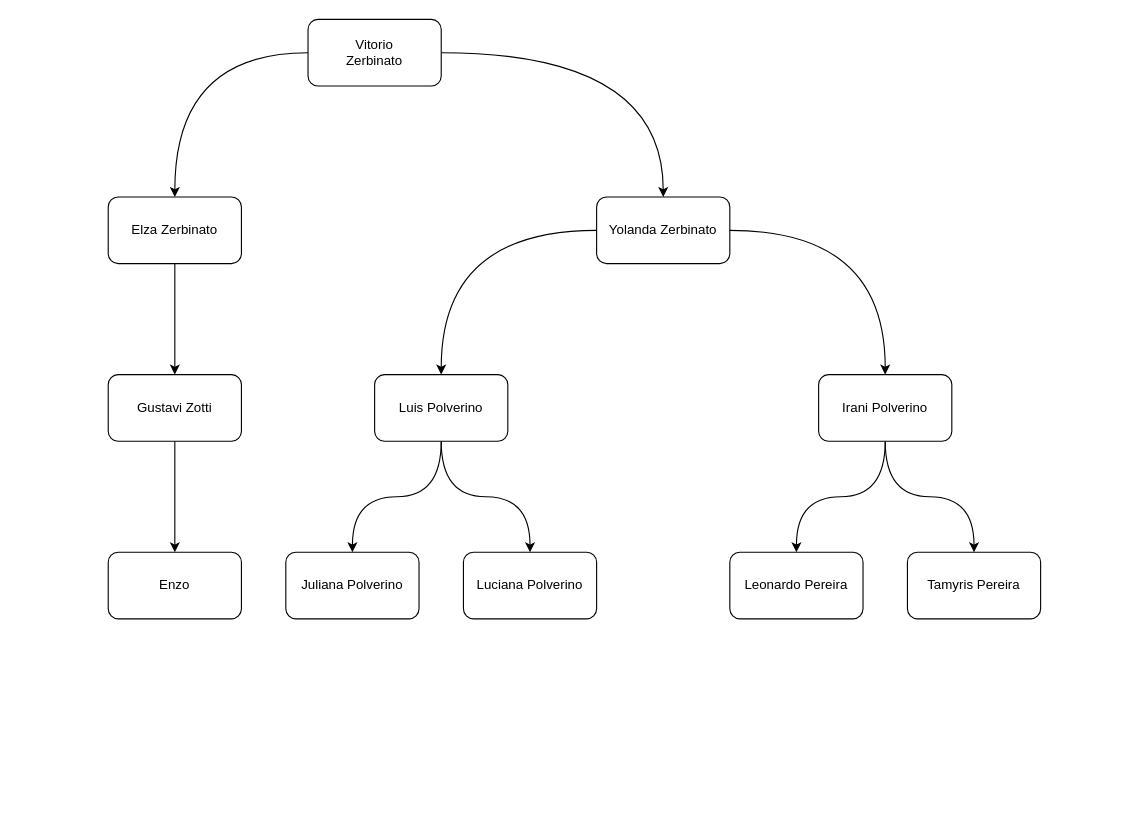
This is familia.drawio from leo-odilon/draw.io, a draw.io file, before an edit. Source tidied: cells renumbered, new cells numbered last; positions are measured from the earlier drawing's top-left corner, leaving out a move shared by most shapes. Both pictures are drawn from the tidied source at 111%, with x=0, y=0 at pixel (108, 19).
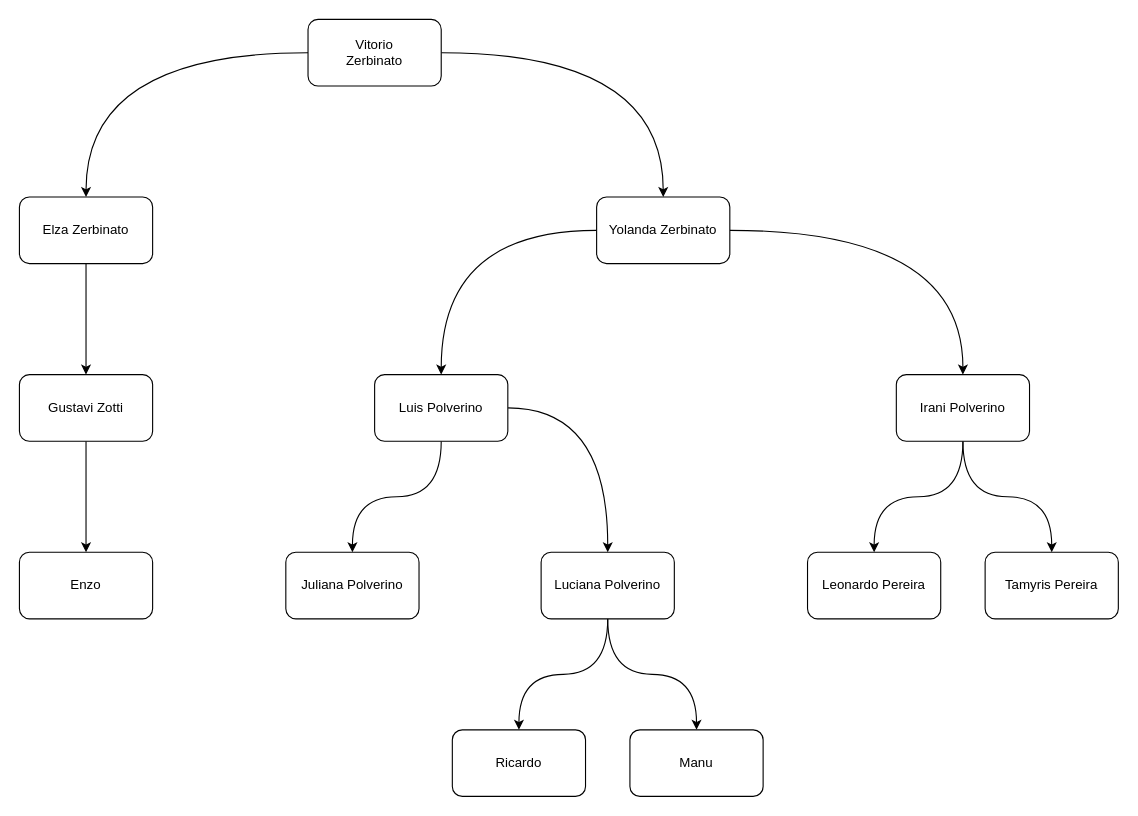
After the change.

What changed in the source:
```diff
@@
     <mxCell id="9" value="Elza Zerbinato" style="whiteSpace=wrap;html=1;rounded=1;" parent="1" vertex="1">
-      <mxGeometry y="160" width="120" height="60" as="geometry" />
+      <mxGeometry x="-80" y="160" width="120" height="60" as="geometry" />
     </mxCell>
@@
     <mxCell id="12" value="Irani Polverino" style="whiteSpace=wrap;html=1;rounded=1;strokeColor=default;align=center;verticalAlign=middle;fontFamily=Helvetica;fontSize=12;fontColor=default;fillColor=default;" parent="1" vertex="1">
-      <mxGeometry x="640" y="320" width="120" height="60" as="geometry" />
+      <mxGeometry x="710" y="320" width="120" height="60" as="geometry" />
     </mxCell>
@@
     <mxCell id="17" value="Gustavi Zotti" style="whiteSpace=wrap;html=1;rounded=1;" parent="1" vertex="1">
-      <mxGeometry y="320" width="120" height="60" as="geometry" />
+      <mxGeometry x="-80" y="320" width="120" height="60" as="geometry" />
     </mxCell>
     <mxCell id="18" value="Tamyris Pereira" style="whiteSpace=wrap;html=1;rounded=1;strokeColor=default;align=center;verticalAlign=middle;fontFamily=Helvetica;fontSize=12;fontColor=default;fillColor=default;" parent="1" vertex="1">
-      <mxGeometry x="720" y="480" width="120" height="60" as="geometry" />
+      <mxGeometry x="790" y="480" width="120" height="60" as="geometry" />
     </mxCell>
     <mxCell id="19" value="Leonardo Pereira" style="whiteSpace=wrap;html=1;rounded=1;strokeColor=default;align=center;verticalAlign=middle;fontFamily=Helvetica;fontSize=12;fontColor=default;fillColor=default;" parent="1" vertex="1">
-      <mxGeometry x="560" y="480" width="120" height="60" as="geometry" />
+      <mxGeometry x="630" y="480" width="120" height="60" as="geometry" />
     </mxCell>
+    <mxCell id="23" style="edgeStyle=orthogonalEdgeStyle;curved=1;rounded=0;jettySize=auto;html=1;entryX=0.5;entryY=0;entryDx=0;entryDy=0;" parent="1" edge="1" source="20" target="25">
+      <mxGeometry relative="1" as="geometry" />
+    </mxCell>
+    <mxCell id="24" style="edgeStyle=orthogonalEdgeStyle;curved=1;rounded=0;jettySize=auto;html=1;entryX=0.5;entryY=0;entryDx=0;entryDy=0;" parent="1" edge="1" source="20" target="26">
+      <mxGeometry relative="1" as="geometry" />
+    </mxCell>
     <mxCell id="20" value="Luciana Polverino" style="whiteSpace=wrap;html=1;rounded=1;strokeColor=default;align=center;verticalAlign=middle;fontFamily=Helvetica;fontSize=12;fontColor=default;fillColor=default;" parent="1" vertex="1">
-      <mxGeometry x="320" y="480" width="120" height="60" as="geometry" />
+      <mxGeometry x="390" y="480" width="120" height="60" as="geometry" />
     </mxCell>
@@
     <mxCell id="22" value="Enzo" style="whiteSpace=wrap;html=1;rounded=1;" parent="1" vertex="1">
-      <mxGeometry y="480" width="120" height="60" as="geometry" />
+      <mxGeometry x="-80" y="480" width="120" height="60" as="geometry" />
     </mxCell>
+    <mxCell id="25" value="Manu" style="whiteSpace=wrap;html=1;rounded=1;strokeColor=default;align=center;verticalAlign=middle;fontFamily=Helvetica;fontSize=12;fontColor=default;fillColor=default;" parent="1" vertex="1">
+      <mxGeometry x="470" y="640" width="120" height="60" as="geometry" />
+    </mxCell>
+    <mxCell id="26" value="Ricardo" style="whiteSpace=wrap;html=1;rounded=1;strokeColor=default;align=center;verticalAlign=middle;fontFamily=Helvetica;fontSize=12;fontColor=default;fillColor=default;" parent="1" vertex="1">
+      <mxGeometry x="310" y="640" width="120" height="60" as="geometry" />
+    </mxCell>
```
